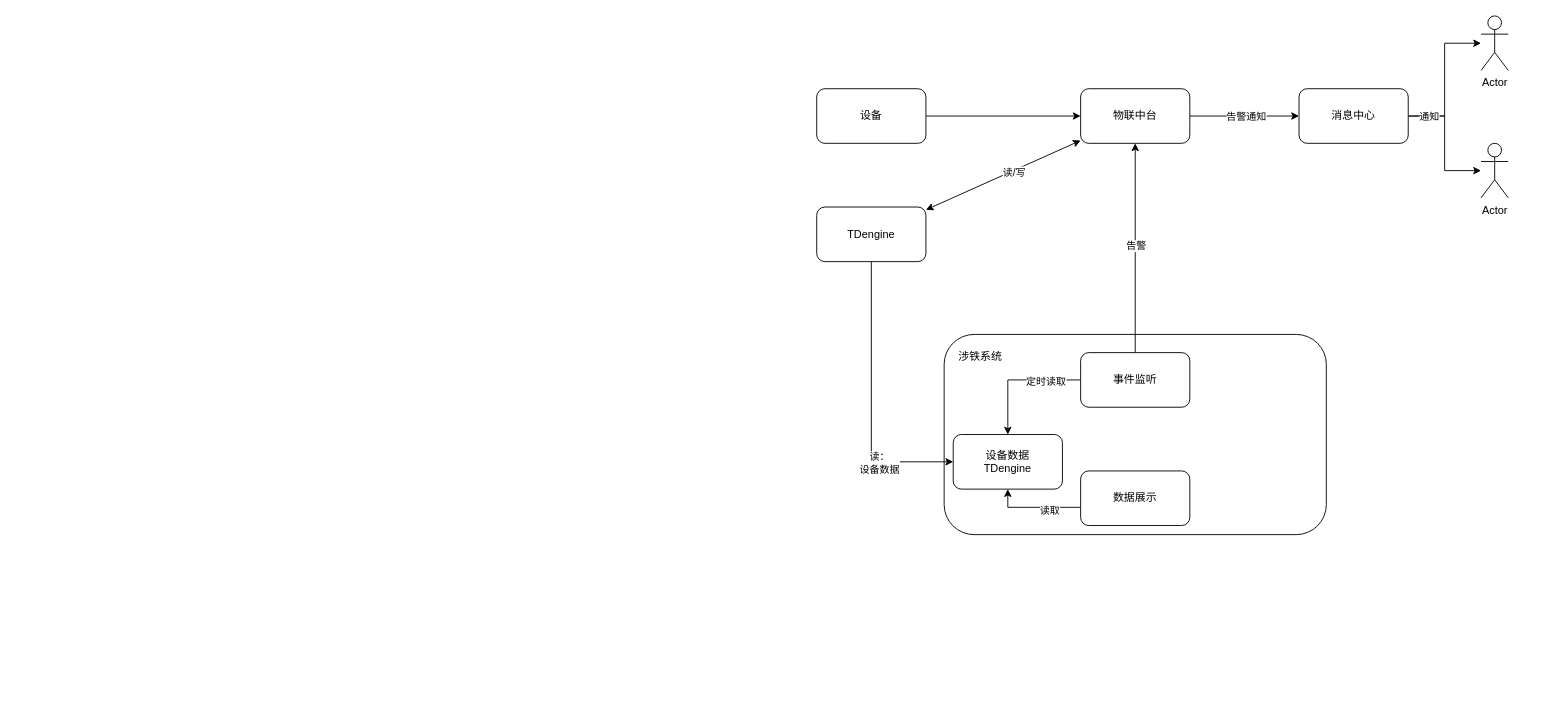
gransier/drawio keeps this draw.io diagram as 涉铁.drawio. Above is the earlier version. Source tidied: cells renumbered, new cells numbered last; positions are measured from the earlier drawing's top-left corner, leaving out a move shared by most shapes. Both pictures are drawn from the tidied source at 91%, with x=0, y=0 at pixel (816, 15).
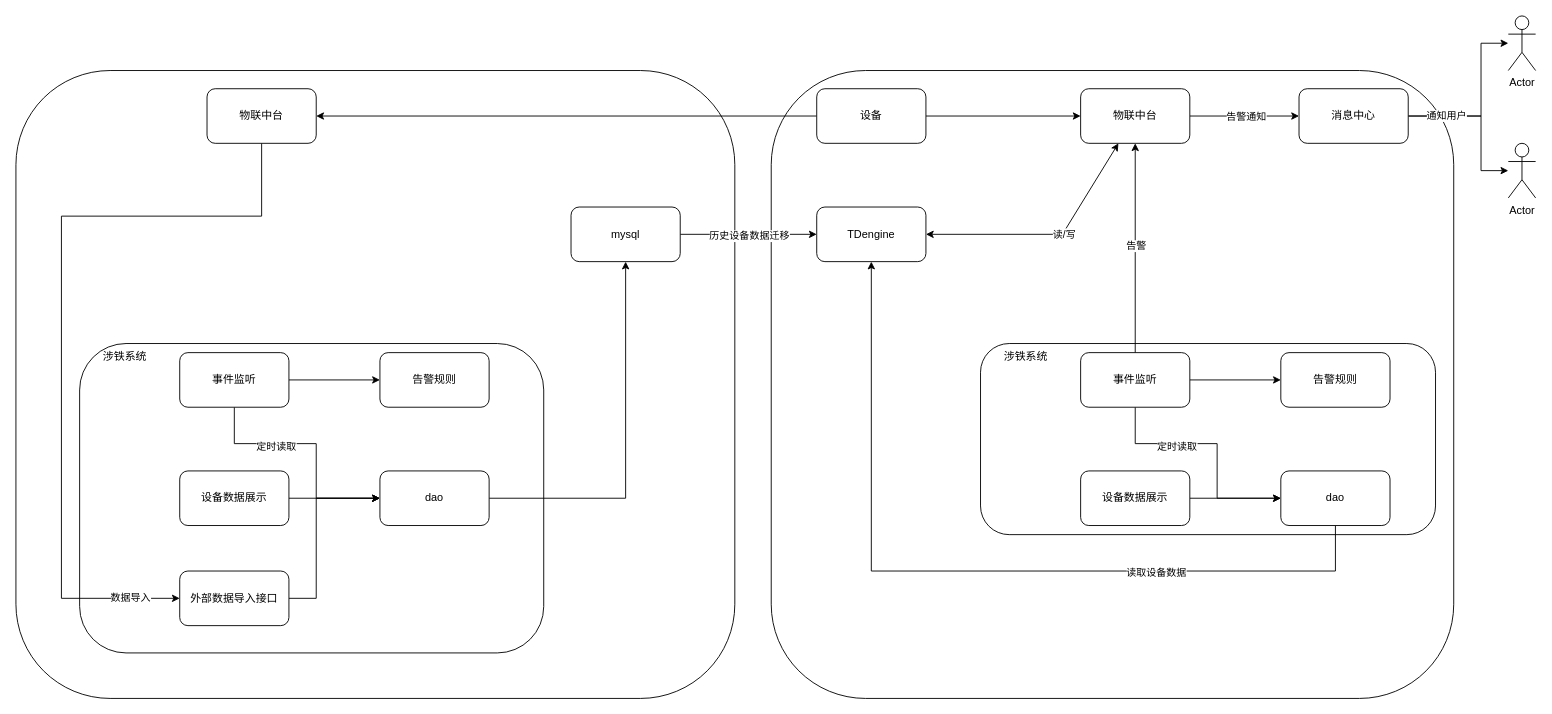
The same page after the edit.

Unchanged cells that the change refers to:
```xml
<mxCell id="4" value="设备" style="rounded=1;whiteSpace=wrap;html=1;" parent="1" vertex="1">
  <mxGeometry y="80" width="120" height="60" as="geometry" />
</mxCell>
<mxCell id="7" value="物联中台" style="rounded=1;whiteSpace=wrap;html=1;" parent="1" vertex="1">
  <mxGeometry x="290" y="80" width="120" height="60" as="geometry" />
</mxCell>
<mxCell id="10" value="TDengine" style="rounded=1;whiteSpace=wrap;html=1;" parent="1" vertex="1">
  <mxGeometry y="210" width="120" height="60" as="geometry" />
</mxCell>
<mxCell id="16" value="消息中心" style="rounded=1;whiteSpace=wrap;html=1;" parent="1" vertex="1">
  <mxGeometry x="530" y="80" width="120" height="60" as="geometry" />
</mxCell>
<mxCell id="25" value="事件监听" style="rounded=1;whiteSpace=wrap;html=1;" parent="1" vertex="1">
  <mxGeometry x="290" y="370" width="120" height="60" as="geometry" />
</mxCell>
```

Diff of the diagram source:
```diff
@@
+    <mxCell id="29" style="rounded=1;whiteSpace=wrap;html=1;" parent="1" vertex="1">
+      <mxGeometry x="-50" y="60" width="750" height="690" as="geometry" />
+    </mxCell>
+    <mxCell id="30" style="rounded=1;whiteSpace=wrap;html=1;" parent="1" vertex="1">
+      <mxGeometry x="-880" y="60" width="790" height="690" as="geometry" />
+    </mxCell>
     <mxCell id="2" style="rounded=1;whiteSpace=wrap;html=1;" parent="1" vertex="1">
-      <mxGeometry x="140" y="350" width="420" height="220" as="geometry" />
+      <mxGeometry x="180" y="360" width="500" height="210" as="geometry" />
     </mxCell>
@@
+    <mxCell id="31" style="edgeStyle=orthogonalEdgeStyle;rounded=0;jettySize=auto;html=1;" parent="1" edge="1" source="4" target="59">
+      <mxGeometry relative="1" as="geometry" />
+    </mxCell>
@@
-    <mxCell id="8" style="edgeStyle=orthogonalEdgeStyle;rounded=0;jettySize=auto;html=1;" parent="1" edge="1" source="10" target="22">
-      <mxGeometry relative="1" as="geometry">
-        <Array as="points">
-          <mxPoint x="60" y="490" />
-        </Array>
-      </mxGeometry>
-    </mxCell>
-    <mxCell id="9" value="读：&lt;div&gt;设备数据&lt;/div&gt;" style="edgeLabel;html=1;align=center;verticalAlign=middle;" parent="8" vertex="1">
-      <mxGeometry x="0.47" y="-1" relative="1" as="geometry" />
-    </mxCell>
@@
     <mxCell id="13" style="edgeStyle=orthogonalEdgeStyle;rounded=0;jettySize=auto;html=1;" parent="1" edge="1" source="16" target="17">
       <mxGeometry relative="1" as="geometry">
         <Array as="points">
-          <mxPoint x="690" y="110" />
-          <mxPoint x="690" y="30" />
+          <mxPoint x="730" y="110" />
+          <mxPoint x="730" y="30" />
         </Array>
       </mxGeometry>
     </mxCell>
     <mxCell id="14" style="edgeStyle=orthogonalEdgeStyle;rounded=0;jettySize=auto;html=1;" parent="1" edge="1" source="16" target="18">
-      <mxGeometry relative="1" as="geometry" />
+      <mxGeometry relative="1" as="geometry">
+        <Array as="points">
+          <mxPoint x="730" y="110" />
+          <mxPoint x="730" y="170" />
+        </Array>
+      </mxGeometry>
     </mxCell>
-    <mxCell id="15" value="通知" style="edgeLabel;html=1;align=center;verticalAlign=middle;" parent="14" vertex="1">
-      <mxGeometry x="-0.69" relative="1" as="geometry" />
-    </mxCell>
+    <mxCell id="32" value="通知用户" style="edgeLabel;html=1;align=center;verticalAlign=middle;" parent="14" vertex="1">
+      <mxGeometry x="-0.52" y="1" relative="1" as="geometry" />
+    </mxCell>
@@
     <mxCell id="17" value="Actor" style="shape=umlActor;verticalLabelPosition=bottom;verticalAlign=top;html=1;outlineConnect=0;" parent="1" vertex="1">
-      <mxGeometry x="730" width="30" height="60" as="geometry" />
+      <mxGeometry x="760" width="30" height="60" as="geometry" />
     </mxCell>
     <mxCell id="18" value="Actor" style="shape=umlActor;verticalLabelPosition=bottom;verticalAlign=top;html=1;outlineConnect=0;" parent="1" vertex="1">
-      <mxGeometry x="730" y="140" width="30" height="60" as="geometry" />
+      <mxGeometry x="760" y="140" width="30" height="60" as="geometry" />
     </mxCell>
     <mxCell id="19" style="endArrow=classic;startArrow=classic;html=1;rounded=0;" parent="1" edge="1" source="10" target="7">
-      <mxGeometry relative="1" as="geometry" />
+      <mxGeometry relative="1" as="geometry">
+        <Array as="points">
+          <mxPoint x="270" y="240" />
+        </Array>
+      </mxGeometry>
     </mxCell>
@@
     <mxCell id="21" value="涉铁系统" style="text;html=1;whiteSpace=wrap;strokeColor=none;fillColor=none;align=center;verticalAlign=middle;rounded=0;" parent="1" vertex="1">
-      <mxGeometry x="150" y="360" width="60" height="30" as="geometry" />
+      <mxGeometry x="200" y="360" width="60" height="30" as="geometry" />
     </mxCell>
-    <mxCell id="22" value="设备数据&lt;br&gt;TDengine" style="rounded=1;whiteSpace=wrap;html=1;" parent="1" vertex="1">
-      <mxGeometry x="150" y="460" width="120" height="60" as="geometry" />
-    </mxCell>
-    <mxCell id="23" style="edgeStyle=orthogonalEdgeStyle;rounded=0;jettySize=auto;html=1;" parent="1" edge="1" source="25" target="22">
-      <mxGeometry relative="1" as="geometry" />
-    </mxCell>
-    <mxCell id="24" value="定时读取" style="edgeLabel;html=1;align=center;verticalAlign=middle;" parent="23" vertex="1">
-      <mxGeometry x="-0.44" y="1" relative="1" as="geometry" />
-    </mxCell>
+    <mxCell id="33" style="edgeStyle=orthogonalEdgeStyle;rounded=0;jettySize=auto;html=1;" parent="1" edge="1" source="25" target="37">
+      <mxGeometry relative="1" as="geometry" />
+    </mxCell>
+    <mxCell id="34" style="edgeStyle=orthogonalEdgeStyle;rounded=0;jettySize=auto;html=1;" parent="1" edge="1" source="25" target="40">
+      <mxGeometry relative="1" as="geometry">
+        <Array as="points">
+          <mxPoint x="350" y="470" />
+          <mxPoint x="440" y="470" />
+          <mxPoint x="440" y="530" />
+        </Array>
+      </mxGeometry>
+    </mxCell>
+    <mxCell id="35" value="定时读取" style="edgeLabel;html=1;align=center;verticalAlign=middle;" parent="34" vertex="1">
+      <mxGeometry x="-0.35" y="-2" relative="1" as="geometry" />
+    </mxCell>
@@
-    <mxCell id="26" style="edgeStyle=orthogonalEdgeStyle;rounded=0;jettySize=auto;html=1;" parent="1" edge="1" source="28" target="22">
-      <mxGeometry relative="1" as="geometry">
-        <Array as="points">
-          <mxPoint x="210" y="540" />
-        </Array>
-      </mxGeometry>
-    </mxCell>
-    <mxCell id="27" value="读取" style="edgeLabel;html=1;align=center;verticalAlign=middle;" parent="26" vertex="1">
-      <mxGeometry x="-0.3" y="3" relative="1" as="geometry" />
-    </mxCell>
+    <mxCell id="36" style="edgeStyle=orthogonalEdgeStyle;rounded=0;jettySize=auto;html=1;" parent="1" edge="1" source="28" target="40">
+      <mxGeometry relative="1" as="geometry" />
+    </mxCell>
-    <mxCell id="28" value="数据展示" style="rounded=1;whiteSpace=wrap;html=1;" parent="1" vertex="1">
+    <mxCell id="28" value="设备数据展示" style="rounded=1;whiteSpace=wrap;html=1;" parent="1" vertex="1">
       <mxGeometry x="290" y="500" width="120" height="60" as="geometry" />
     </mxCell>
+    <mxCell id="37" value="告警规则" style="rounded=1;whiteSpace=wrap;html=1;" parent="1" vertex="1">
+      <mxGeometry x="510" y="370" width="120" height="60" as="geometry" />
+    </mxCell>
+    <mxCell id="38" style="edgeStyle=orthogonalEdgeStyle;rounded=0;jettySize=auto;html=1;" parent="1" edge="1" source="40" target="10">
+      <mxGeometry relative="1" as="geometry">
+        <Array as="points">
+          <mxPoint x="570" y="610" />
+          <mxPoint x="60" y="610" />
+        </Array>
+      </mxGeometry>
+    </mxCell>
+    <mxCell id="39" value="读取设备数据" style="edgeLabel;html=1;align=center;verticalAlign=middle;" parent="38" vertex="1">
+      <mxGeometry x="-0.45" y="1" relative="1" as="geometry" />
+    </mxCell>
+    <mxCell id="40" value="dao" style="rounded=1;whiteSpace=wrap;html=1;" parent="1" vertex="1">
+      <mxGeometry x="510" y="500" width="120" height="60" as="geometry" />
+    </mxCell>
+    <mxCell id="41" style="edgeStyle=orthogonalEdgeStyle;rounded=0;jettySize=auto;html=1;" parent="1" edge="1" source="43" target="10">
+      <mxGeometry relative="1" as="geometry" />
+    </mxCell>
+    <mxCell id="42" value="历史设备数据迁移" style="edgeLabel;html=1;align=center;verticalAlign=middle;" parent="41" vertex="1">
+      <mxGeometry y="-1" relative="1" as="geometry" />
+    </mxCell>
+    <mxCell id="43" value="mysql" style="rounded=1;whiteSpace=wrap;html=1;" parent="1" vertex="1">
+      <mxGeometry x="-270" y="210" width="120" height="60" as="geometry" />
+    </mxCell>
+    <mxCell id="44" style="rounded=1;whiteSpace=wrap;html=1;" parent="1" vertex="1">
+      <mxGeometry x="-810" y="360" width="510" height="340" as="geometry" />
+    </mxCell>
+    <mxCell id="45" value="涉铁系统" style="text;html=1;whiteSpace=wrap;strokeColor=none;fillColor=none;align=center;verticalAlign=middle;rounded=0;" parent="1" vertex="1">
+      <mxGeometry x="-790" y="360" width="60" height="30" as="geometry" />
+    </mxCell>
+    <mxCell id="46" style="edgeStyle=orthogonalEdgeStyle;rounded=0;jettySize=auto;html=1;" parent="1" edge="1" source="49" target="52">
+      <mxGeometry relative="1" as="geometry" />
+    </mxCell>
+    <mxCell id="47" style="edgeStyle=orthogonalEdgeStyle;rounded=0;jettySize=auto;html=1;" parent="1" edge="1" source="49" target="54">
+      <mxGeometry relative="1" as="geometry">
+        <Array as="points">
+          <mxPoint x="-640" y="470" />
+          <mxPoint x="-550" y="470" />
+          <mxPoint x="-550" y="530" />
+        </Array>
+      </mxGeometry>
+    </mxCell>
+    <mxCell id="48" value="定时读取" style="edgeLabel;html=1;align=center;verticalAlign=middle;" parent="47" vertex="1">
+      <mxGeometry x="-0.35" y="-2" relative="1" as="geometry" />
+    </mxCell>
+    <mxCell id="49" value="事件监听" style="rounded=1;whiteSpace=wrap;html=1;" parent="1" vertex="1">
+      <mxGeometry x="-700" y="370" width="120" height="60" as="geometry" />
+    </mxCell>
+    <mxCell id="50" style="edgeStyle=orthogonalEdgeStyle;rounded=0;jettySize=auto;html=1;" parent="1" edge="1" source="51" target="54">
+      <mxGeometry relative="1" as="geometry" />
+    </mxCell>
+    <mxCell id="51" value="设备数据展示" style="rounded=1;whiteSpace=wrap;html=1;" parent="1" vertex="1">
+      <mxGeometry x="-700" y="500" width="120" height="60" as="geometry" />
+    </mxCell>
+    <mxCell id="52" value="告警规则" style="rounded=1;whiteSpace=wrap;html=1;" parent="1" vertex="1">
+      <mxGeometry x="-480" y="370" width="120" height="60" as="geometry" />
+    </mxCell>
+    <mxCell id="53" style="edgeStyle=orthogonalEdgeStyle;rounded=0;jettySize=auto;html=1;" parent="1" edge="1" source="54" target="43">
+      <mxGeometry relative="1" as="geometry" />
+    </mxCell>
+    <mxCell id="54" value="dao" style="rounded=1;whiteSpace=wrap;html=1;" parent="1" vertex="1">
+      <mxGeometry x="-480" y="500" width="120" height="60" as="geometry" />
+    </mxCell>
+    <mxCell id="55" style="edgeStyle=orthogonalEdgeStyle;rounded=0;jettySize=auto;html=1;" parent="1" edge="1" source="56" target="54">
+      <mxGeometry relative="1" as="geometry">
+        <Array as="points">
+          <mxPoint x="-550" y="640" />
+          <mxPoint x="-550" y="530" />
+        </Array>
+      </mxGeometry>
+    </mxCell>
+    <mxCell id="56" value="外部数据导入接口" style="rounded=1;whiteSpace=wrap;html=1;" parent="1" vertex="1">
+      <mxGeometry x="-700" y="610" width="120" height="60" as="geometry" />
+    </mxCell>
+    <mxCell id="57" style="edgeStyle=orthogonalEdgeStyle;rounded=0;jettySize=auto;html=1;" parent="1" edge="1" source="59" target="56">
+      <mxGeometry relative="1" as="geometry">
+        <Array as="points">
+          <mxPoint x="-610" y="220" />
+          <mxPoint x="-830" y="220" />
+          <mxPoint x="-830" y="640" />
+        </Array>
+      </mxGeometry>
+    </mxCell>
+    <mxCell id="58" value="数据导入" style="edgeLabel;html=1;align=center;verticalAlign=middle;" parent="57" vertex="1">
+      <mxGeometry x="0.87" y="2" relative="1" as="geometry" />
+    </mxCell>
+    <mxCell id="59" value="物联中台" style="rounded=1;whiteSpace=wrap;html=1;" parent="1" vertex="1">
+      <mxGeometry x="-670" y="80" width="120" height="60" as="geometry" />
+    </mxCell>
```
